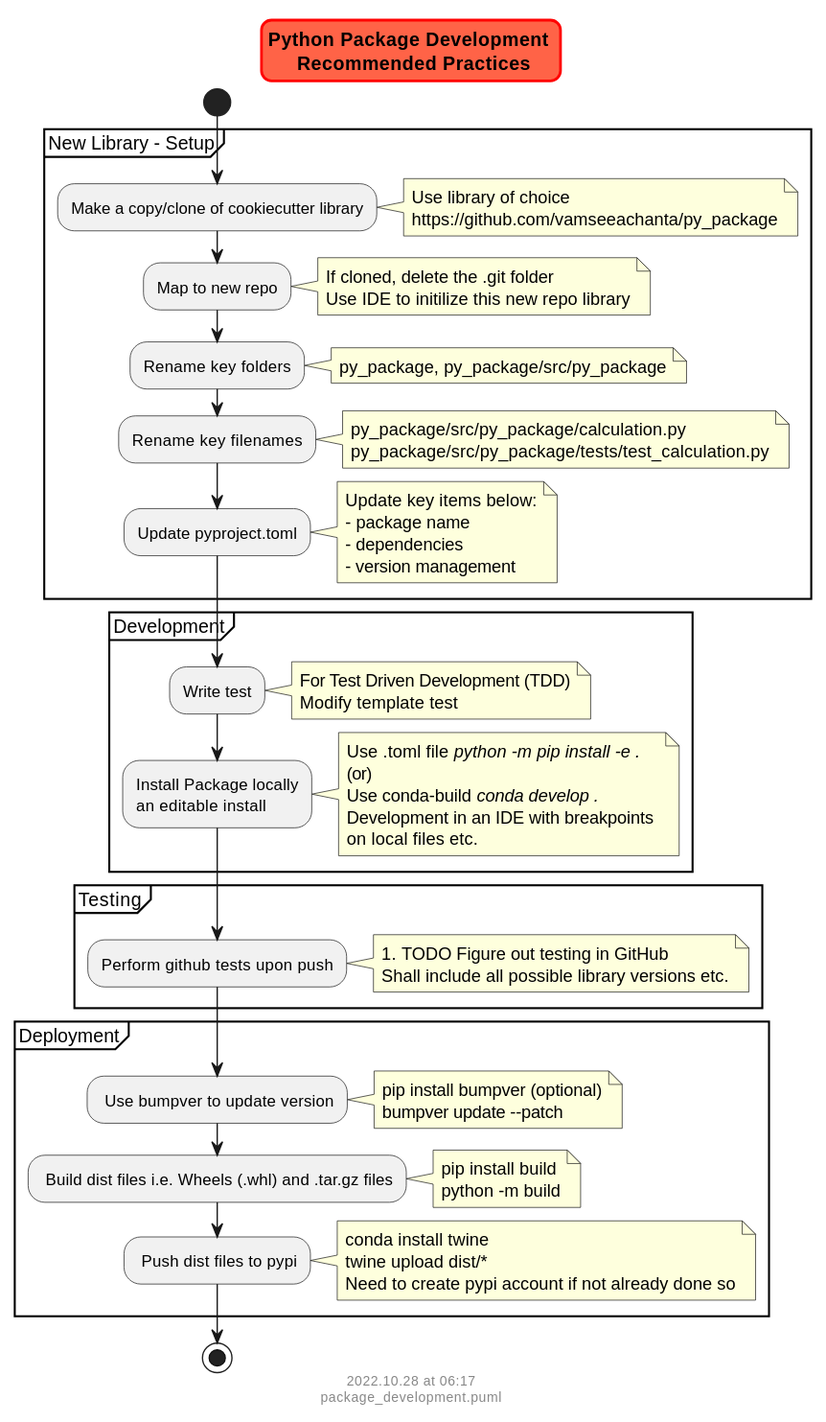
Above: docs/package_development.svg in vamseeachanta/py_package (PlantUML), before the change.
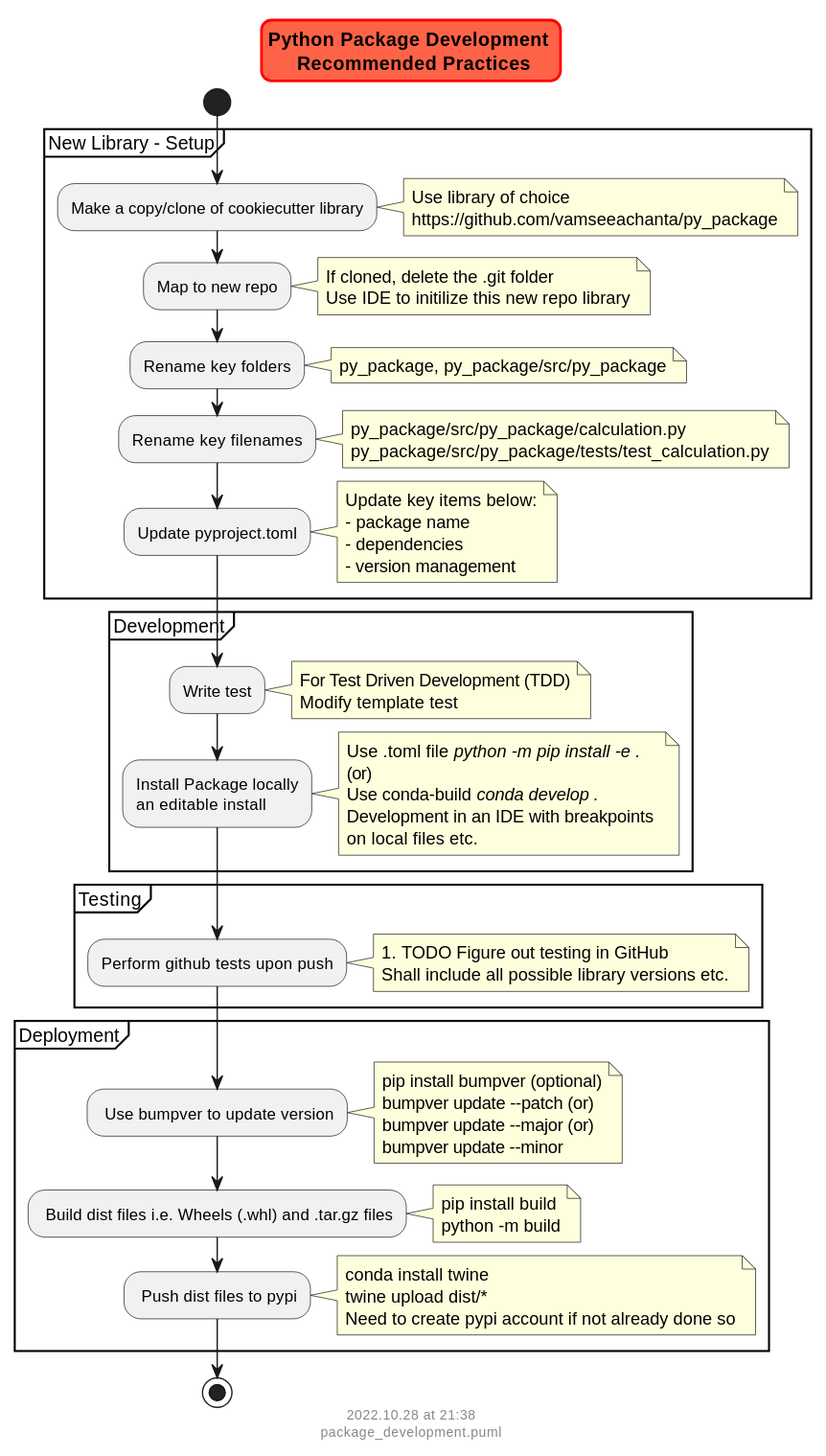
After the commit.

What changed in the source:
```diff
@@ -73,7 +73,9 @@
     : Use bumpver to update version;
         note right
             pip install bumpver (optional)
-            bumpver update --patch
+            bumpver update --patch (or)
+            bumpver update --major (or)
+            bumpver update --minor
         end note
     : Build dist files i.e. Wheels (.whl) and .tar.gz files;
         note right
```
